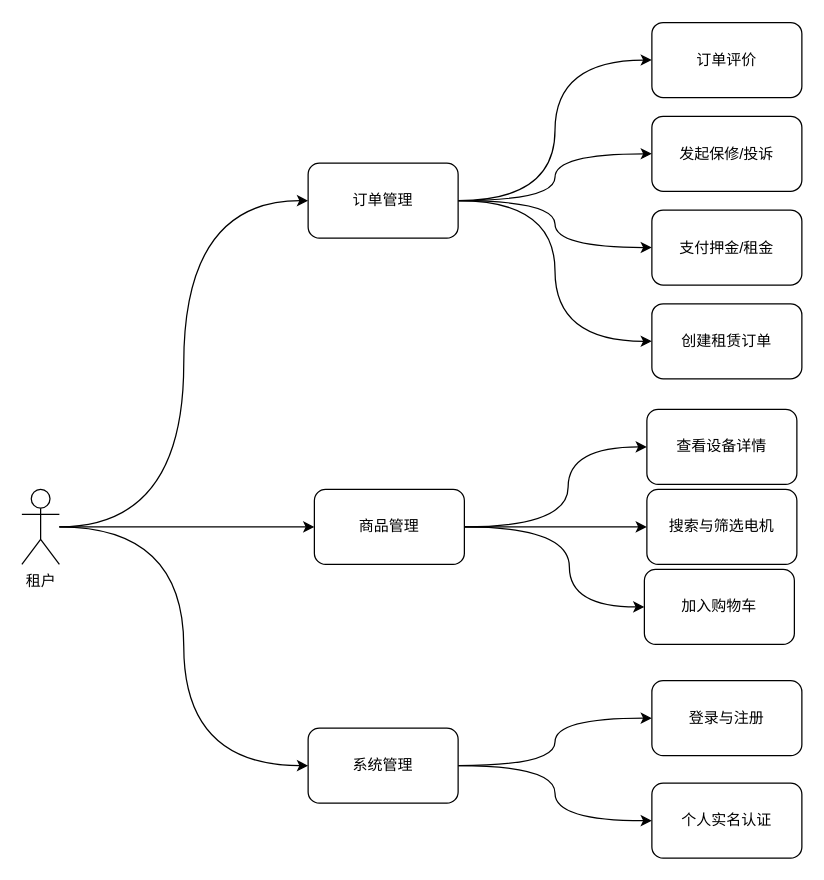
The draw.io diagram page "租户用例图" (1 of 21) of image/绘图.drawio in fore4years/KorisPlatForm, before the edit. Source tidied: cells renumbered, new cells numbered last; positions are measured from the earlier drawing's top-left corner, leaving out a move shared by most shapes. Both pictures are drawn from the tidied source at 125%, with x=0, y=0 at pixel (21, 22).
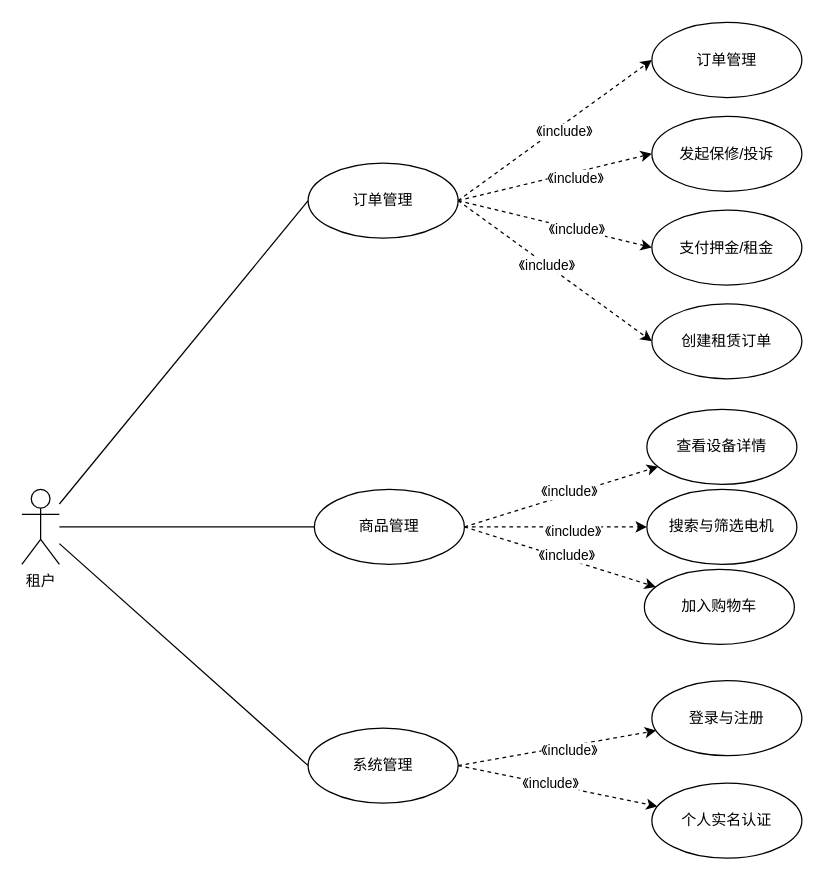
The same diagram, later.

Unchanged cells that the change refers to:
```xml
<mxCell id="5" value="租户" style="shape=umlActor;verticalLabelPosition=bottom;verticalAlign=top;html=1;outlineConnect=0;rounded=1;" parent="1" vertex="1">
  <mxGeometry y="373" width="30" height="60" as="geometry" />
</mxCell>
```

Diff of the diagram source:
```diff
@@
-    <mxCell id="2" style="edgeStyle=orthogonalEdgeStyle;rounded=1;jettySize=auto;html=1;entryX=0;entryY=0.5;entryDx=0;entryDy=0;curved=1;" parent="1" edge="1" source="5" target="10">
+    <mxCell id="2" style="rounded=1;jettySize=auto;html=1;entryX=0;entryY=0.5;entryDx=0;entryDy=0;endArrow=none;endFill=0;" parent="1" edge="1" source="5" target="10">
       <mxGeometry relative="1" as="geometry" />
     </mxCell>
-    <mxCell id="3" style="edgeStyle=orthogonalEdgeStyle;rounded=1;jettySize=auto;html=1;curved=1;" parent="1" edge="1" source="5" target="14">
+    <mxCell id="3" style="rounded=1;jettySize=auto;html=1;endArrow=none;endFill=0;" parent="1" edge="1" source="5" target="14">
       <mxGeometry relative="1" as="geometry" />
     </mxCell>
-    <mxCell id="4" style="edgeStyle=orthogonalEdgeStyle;rounded=1;jettySize=auto;html=1;entryX=0;entryY=0.5;entryDx=0;entryDy=0;curved=1;" parent="1" edge="1" source="5" target="21">
+    <mxCell id="4" style="rounded=1;jettySize=auto;html=1;entryX=0;entryY=0.5;entryDx=0;entryDy=0;endArrow=none;endFill=0;" parent="1" edge="1" source="5" target="21">
       <mxGeometry relative="1" as="geometry" />
     </mxCell>
@@
-    <mxCell id="6" style="edgeStyle=orthogonalEdgeStyle;rounded=1;jettySize=auto;html=1;curved=1;entryX=0;entryY=0.5;entryDx=0;entryDy=0;" parent="1" edge="1" source="10" target="15">
+    <mxCell id="6" style="rounded=1;jettySize=auto;html=1;entryX=0;entryY=0.5;entryDx=0;entryDy=0;dashed=1;exitX=1;exitY=0.5;exitDx=0;exitDy=0;" parent="1" edge="1" source="10" target="15">
       <mxGeometry relative="1" as="geometry" />
     </mxCell>
+    <mxCell id="27" value="《include》" style="edgeLabel;html=1;align=center;verticalAlign=middle;" parent="6" vertex="1">
+      <mxGeometry x="0.05" y="-5" relative="1" as="geometry" />
+    </mxCell>
-    <mxCell id="7" style="edgeStyle=orthogonalEdgeStyle;rounded=1;jettySize=auto;html=1;entryX=0;entryY=0.5;entryDx=0;entryDy=0;curved=1;" parent="1" edge="1" source="10" target="16">
+    <mxCell id="7" style="rounded=1;jettySize=auto;html=1;entryX=0;entryY=0.5;entryDx=0;entryDy=0;dashed=1;exitX=1;exitY=0.5;exitDx=0;exitDy=0;" parent="1" edge="1" source="10" target="16">
       <mxGeometry relative="1" as="geometry" />
     </mxCell>
+    <mxCell id="28" value="《include》" style="edgeLabel;html=1;align=center;verticalAlign=middle;" parent="7" vertex="1">
+      <mxGeometry x="0.19" y="-4" relative="1" as="geometry" />
+    </mxCell>
-    <mxCell id="8" style="edgeStyle=orthogonalEdgeStyle;rounded=1;jettySize=auto;html=1;entryX=0;entryY=0.5;entryDx=0;entryDy=0;curved=1;" parent="1" edge="1" source="10" target="17">
+    <mxCell id="8" style="rounded=1;jettySize=auto;html=1;entryX=0;entryY=0.5;entryDx=0;entryDy=0;dashed=1;exitX=1;exitY=0.5;exitDx=0;exitDy=0;" parent="1" edge="1" source="10" target="17">
       <mxGeometry relative="1" as="geometry" />
     </mxCell>
+    <mxCell id="29" value="《include》" style="edgeLabel;html=1;align=center;verticalAlign=middle;" parent="8" vertex="1">
+      <mxGeometry x="0.22" relative="1" as="geometry" />
+    </mxCell>
-    <mxCell id="9" style="edgeStyle=orthogonalEdgeStyle;rounded=1;jettySize=auto;html=1;entryX=0;entryY=0.5;entryDx=0;entryDy=0;curved=1;" parent="1" edge="1" source="10" target="18">
+    <mxCell id="9" style="rounded=1;jettySize=auto;html=1;entryX=0;entryY=0.5;entryDx=0;entryDy=0;dashed=1;exitX=1;exitY=0.5;exitDx=0;exitDy=0;" parent="1" edge="1" source="10" target="18">
       <mxGeometry relative="1" as="geometry" />
     </mxCell>
+    <mxCell id="30" value="《include》" style="edgeLabel;html=1;align=center;verticalAlign=middle;" parent="9" vertex="1">
+      <mxGeometry x="-0.09" relative="1" as="geometry" />
+    </mxCell>
-    <mxCell id="10" value="订单管理" style="rounded=1;whiteSpace=wrap;html=1;glass=0;shadow=0;align=center;" parent="1" vertex="1">
+    <mxCell id="10" value="订单管理" style="ellipse;whiteSpace=wrap;html=1;" parent="1" vertex="1">
       <mxGeometry x="229" y="112" width="120" height="60" as="geometry" />
     </mxCell>
-    <mxCell id="11" style="edgeStyle=orthogonalEdgeStyle;rounded=1;jettySize=auto;html=1;curved=1;" parent="1" edge="1" source="14" target="24">
-      <mxGeometry relative="1" as="geometry">
-        <Array as="points">
-          <mxPoint x="437" y="403" />
-          <mxPoint x="437" y="339" />
-        </Array>
-      </mxGeometry>
+    <mxCell id="11" style="rounded=1;jettySize=auto;html=1;dashed=1;exitX=1;exitY=0.5;exitDx=0;exitDy=0;" parent="1" edge="1" source="14" target="24">
+      <mxGeometry relative="1" as="geometry" />
     </mxCell>
+    <mxCell id="31" value="《include》" style="edgeLabel;html=1;align=center;verticalAlign=middle;" parent="11" vertex="1">
+      <mxGeometry x="0.09" y="2" relative="1" as="geometry" />
+    </mxCell>
-    <mxCell id="12" style="edgeStyle=orthogonalEdgeStyle;rounded=1;jettySize=auto;html=1;curved=1;" parent="1" edge="1" source="14" target="25">
-      <mxGeometry relative="1" as="geometry">
-        <Array as="points">
-          <mxPoint x="438" y="403" />
-          <mxPoint x="438" y="467" />
-        </Array>
-      </mxGeometry>
+    <mxCell id="12" style="rounded=1;jettySize=auto;html=1;dashed=1;exitX=1;exitY=0.5;exitDx=0;exitDy=0;" parent="1" edge="1" source="14" target="25">
+      <mxGeometry relative="1" as="geometry" />
     </mxCell>
+    <mxCell id="32" value="《include》" style="edgeLabel;html=1;align=center;verticalAlign=middle;" parent="12" vertex="1">
+      <mxGeometry x="0.05" y="3" relative="1" as="geometry" />
+    </mxCell>
-    <mxCell id="13" style="edgeStyle=orthogonalEdgeStyle;rounded=1;jettySize=auto;html=1;curved=1;" parent="1" edge="1" source="14" target="26">
+    <mxCell id="13" style="rounded=1;jettySize=auto;html=1;dashed=1;" parent="1" edge="1" source="14" target="26">
       <mxGeometry relative="1" as="geometry" />
     </mxCell>
+    <mxCell id="33" value="《include》" style="edgeLabel;html=1;align=center;verticalAlign=middle;" parent="13" vertex="1">
+      <mxGeometry x="0.18" y="-3" relative="1" as="geometry" />
+    </mxCell>
-    <mxCell id="14" value="商品管理" style="rounded=1;whiteSpace=wrap;html=1;glass=0;shadow=0;align=center;" parent="1" vertex="1">
+    <mxCell id="14" value="商品管理" style="ellipse;whiteSpace=wrap;html=1;" parent="1" vertex="1">
       <mxGeometry x="234" y="373" width="120" height="60" as="geometry" />
     </mxCell>
-    <mxCell id="15" value="订单评价" style="rounded=1;whiteSpace=wrap;html=1;glass=0;shadow=0;align=center;" parent="1" vertex="1">
+    <mxCell id="15" value="订单管理" style="ellipse;whiteSpace=wrap;html=1;" parent="1" vertex="1">
       <mxGeometry x="504" y="-0.5" width="120" height="60" as="geometry" />
     </mxCell>
-    <mxCell id="16" value="发起保修/投诉" style="rounded=1;whiteSpace=wrap;html=1;glass=0;shadow=0;align=center;" parent="1" vertex="1">
+    <mxCell id="16" value="发起保修/投诉" style="ellipse;whiteSpace=wrap;html=1;" parent="1" vertex="1">
       <mxGeometry x="504" y="74.5" width="120" height="60" as="geometry" />
     </mxCell>
-    <mxCell id="17" value="支付押金/租金" style="rounded=1;whiteSpace=wrap;html=1;glass=0;shadow=0;align=center;" parent="1" vertex="1">
+    <mxCell id="17" value="支付押金/租金" style="ellipse;whiteSpace=wrap;html=1;" parent="1" vertex="1">
       <mxGeometry x="504" y="149.5" width="120" height="60" as="geometry" />
     </mxCell>
-    <mxCell id="18" value="创建租赁订单" style="rounded=1;whiteSpace=wrap;html=1;glass=0;shadow=0;align=center;" parent="1" vertex="1">
+    <mxCell id="18" value="创建租赁订单" style="ellipse;whiteSpace=wrap;html=1;" parent="1" vertex="1">
       <mxGeometry x="504" y="224.5" width="120" height="60" as="geometry" />
     </mxCell>
-    <mxCell id="19" style="edgeStyle=orthogonalEdgeStyle;rounded=1;jettySize=auto;html=1;curved=1;" parent="1" edge="1" source="21" target="22">
+    <mxCell id="19" style="rounded=1;jettySize=auto;html=1;dashed=1;exitX=1;exitY=0.5;exitDx=0;exitDy=0;" parent="1" edge="1" source="21" target="22">
       <mxGeometry relative="1" as="geometry" />
     </mxCell>
+    <mxCell id="34" value="《include》" style="edgeLabel;html=1;align=center;verticalAlign=middle;" parent="19" vertex="1">
+      <mxGeometry x="0.11" y="-3" relative="1" as="geometry" />
+    </mxCell>
-    <mxCell id="20" style="edgeStyle=orthogonalEdgeStyle;rounded=1;jettySize=auto;html=1;curved=1;" parent="1" edge="1" source="21" target="23">
+    <mxCell id="20" style="rounded=1;jettySize=auto;html=1;dashed=1;exitX=1;exitY=0.5;exitDx=0;exitDy=0;" parent="1" edge="1" source="21" target="23">
       <mxGeometry relative="1" as="geometry" />
     </mxCell>
+    <mxCell id="35" value="《include》" style="edgeLabel;html=1;align=center;verticalAlign=middle;" parent="20" vertex="1">
+      <mxGeometry x="-0.08" y="2" relative="1" as="geometry" />
+    </mxCell>
-    <mxCell id="21" value="系统管理" style="rounded=1;whiteSpace=wrap;html=1;glass=0;shadow=0;align=center;" parent="1" vertex="1">
+    <mxCell id="21" value="系统管理" style="ellipse;whiteSpace=wrap;html=1;" parent="1" vertex="1">
       <mxGeometry x="229" y="564" width="120" height="60" as="geometry" />
     </mxCell>
-    <mxCell id="22" value="登录与注册" style="rounded=1;whiteSpace=wrap;html=1;glass=0;shadow=0;align=center;" parent="1" vertex="1">
+    <mxCell id="22" value="登录与注册" style="ellipse;whiteSpace=wrap;html=1;" parent="1" vertex="1">
       <mxGeometry x="504" y="526" width="120" height="60" as="geometry" />
     </mxCell>
-    <mxCell id="23" value="个人实名认证" style="rounded=1;whiteSpace=wrap;html=1;glass=0;shadow=0;align=center;" parent="1" vertex="1">
+    <mxCell id="23" value="个人实名认证" style="ellipse;whiteSpace=wrap;html=1;" parent="1" vertex="1">
       <mxGeometry x="504" y="608" width="120" height="60" as="geometry" />
     </mxCell>
-    <mxCell id="24" value="查看设备详情" style="rounded=1;whiteSpace=wrap;html=1;glass=0;shadow=0;align=center;" parent="1" vertex="1">
+    <mxCell id="24" value="查看设备详情" style="ellipse;whiteSpace=wrap;html=1;" parent="1" vertex="1">
       <mxGeometry x="500" y="309" width="120" height="60" as="geometry" />
     </mxCell>
-    <mxCell id="25" value="加入购物车" style="rounded=1;whiteSpace=wrap;html=1;glass=0;shadow=0;align=center;" parent="1" vertex="1">
+    <mxCell id="25" value="加入购物车" style="ellipse;whiteSpace=wrap;html=1;" parent="1" vertex="1">
       <mxGeometry x="498" y="437" width="120" height="60" as="geometry" />
     </mxCell>
-    <mxCell id="26" value="搜索与筛选电机" style="rounded=1;whiteSpace=wrap;html=1;glass=0;shadow=0;align=center;" parent="1" vertex="1">
+    <mxCell id="26" value="搜索与筛选电机" style="ellipse;whiteSpace=wrap;html=1;" parent="1" vertex="1">
       <mxGeometry x="500" y="373" width="120" height="60" as="geometry" />
     </mxCell>
```
